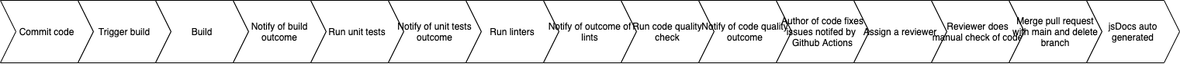
This is admin/cipipeline/phase1.drawio.png from cse110-fa21-group22/cse110-fa21-group22, a draw.io export, as it was before one commit. Source tidied: cells renumbered, new cells last; positions are measured from the earlier drawing's top-left corner, leaving out a move shared by most shapes. Its diagram source:
```xml
<mxGraphModel>
  <root>
    <mxCell id="0" />
    <mxCell id="1" parent="0" />
    <mxCell id="2" value="Commit code" style="shape=step;perimeter=stepPerimeter;whiteSpace=wrap;html=1;fixedSize=1;" parent="1" vertex="1">
      <mxGeometry width="120" height="80" as="geometry" />
    </mxCell>
    <mxCell id="3" value="Trigger build" style="shape=step;perimeter=stepPerimeter;whiteSpace=wrap;html=1;fixedSize=1;" parent="1" vertex="1">
      <mxGeometry x="100" width="120" height="80" as="geometry" />
    </mxCell>
    <mxCell id="4" value="Build" style="shape=step;perimeter=stepPerimeter;whiteSpace=wrap;html=1;fixedSize=1;" parent="1" vertex="1">
      <mxGeometry x="200" width="120" height="80" as="geometry" />
    </mxCell>
    <mxCell id="5" value="Notify of build outcome" style="shape=step;perimeter=stepPerimeter;whiteSpace=wrap;html=1;fixedSize=1;" parent="1" vertex="1">
      <mxGeometry x="300" width="120" height="80" as="geometry" />
    </mxCell>
    <mxCell id="6" value="Run unit tests" style="shape=step;perimeter=stepPerimeter;whiteSpace=wrap;html=1;fixedSize=1;" parent="1" vertex="1">
      <mxGeometry x="400" width="120" height="80" as="geometry" />
    </mxCell>
    <mxCell id="7" value="Notify of unit tests outcome" style="shape=step;perimeter=stepPerimeter;whiteSpace=wrap;html=1;fixedSize=1;" parent="1" vertex="1">
      <mxGeometry x="500" width="120" height="80" as="geometry" />
    </mxCell>
    <mxCell id="8" value="Run linters" style="shape=step;perimeter=stepPerimeter;whiteSpace=wrap;html=1;fixedSize=1;" parent="1" vertex="1">
      <mxGeometry x="600" width="120" height="80" as="geometry" />
    </mxCell>
    <mxCell id="9" value="Notify of outcome of lints" style="shape=step;perimeter=stepPerimeter;whiteSpace=wrap;html=1;fixedSize=1;" parent="1" vertex="1">
      <mxGeometry x="700" width="120" height="80" as="geometry" />
    </mxCell>
    <mxCell id="10" value="Run code quality check" style="shape=step;perimeter=stepPerimeter;whiteSpace=wrap;html=1;fixedSize=1;" parent="1" vertex="1">
      <mxGeometry x="800" width="120" height="80" as="geometry" />
    </mxCell>
    <mxCell id="11" value="Notify of code quality outcome" style="shape=step;perimeter=stepPerimeter;whiteSpace=wrap;html=1;fixedSize=1;" parent="1" vertex="1">
      <mxGeometry x="900" width="120" height="80" as="geometry" />
    </mxCell>
    <mxCell id="12" value="Author of code fixes issues notifed by&amp;nbsp;&lt;br&gt;Github Actions" style="shape=step;perimeter=stepPerimeter;whiteSpace=wrap;html=1;fixedSize=1;" parent="1" vertex="1">
      <mxGeometry x="1000" width="120" height="80" as="geometry" />
    </mxCell>
    <mxCell id="13" value="Assign a reviewer" style="shape=step;perimeter=stepPerimeter;whiteSpace=wrap;html=1;fixedSize=1;" parent="1" vertex="1">
      <mxGeometry x="1100" width="120" height="80" as="geometry" />
    </mxCell>
    <mxCell id="14" value="Reviewer does manual check of code" style="shape=step;perimeter=stepPerimeter;whiteSpace=wrap;html=1;fixedSize=1;" parent="1" vertex="1">
      <mxGeometry x="1200" width="120" height="80" as="geometry" />
    </mxCell>
    <mxCell id="15" value="Merge pull request with main and delete branch" style="shape=step;perimeter=stepPerimeter;whiteSpace=wrap;html=1;fixedSize=1;" parent="1" vertex="1">
      <mxGeometry x="1300" width="120" height="80" as="geometry" />
    </mxCell>
    <mxCell id="16" value="jsDocs auto generated" style="shape=step;perimeter=stepPerimeter;whiteSpace=wrap;html=1;fixedSize=1;" parent="1" vertex="1">
      <mxGeometry x="1400" width="120" height="80" as="geometry" />
    </mxCell>
  </root>
</mxGraphModel>
```
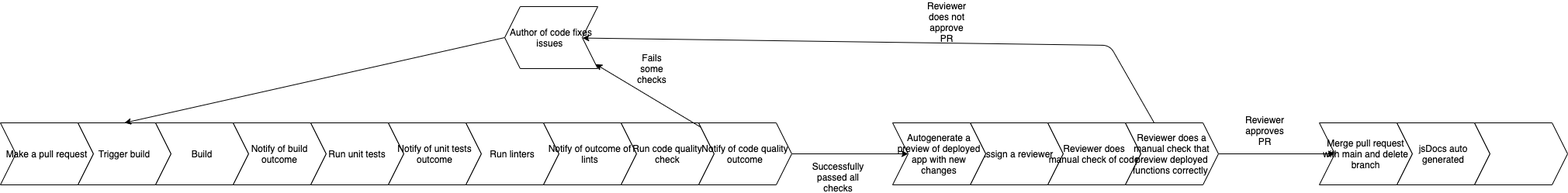
Above is the later version.

What changed in the source:
```diff
@@ -2,7 +2,7 @@
   <root>
     <mxCell id="0" />
     <mxCell id="1" parent="0" />
-    <mxCell id="2" value="Commit code" style="shape=step;perimeter=stepPerimeter;whiteSpace=wrap;html=1;fixedSize=1;" parent="1" vertex="1">
+    <mxCell id="2" value="Make a pull request" style="shape=step;perimeter=stepPerimeter;whiteSpace=wrap;html=1;fixedSize=1;" parent="1" vertex="1">
       <mxGeometry width="120" height="80" as="geometry" />
     </mxCell>
     <mxCell id="3" value="Trigger build" style="shape=step;perimeter=stepPerimeter;whiteSpace=wrap;html=1;fixedSize=1;" parent="1" vertex="1">
@@ -29,23 +29,63 @@
     <mxCell id="10" value="Run code quality check" style="shape=step;perimeter=stepPerimeter;whiteSpace=wrap;html=1;fixedSize=1;" parent="1" vertex="1">
       <mxGeometry x="800" width="120" height="80" as="geometry" />
     </mxCell>
+    <mxCell id="17" style="edgeStyle=none;html=1;" parent="1" edge="1" source="11" target="12">
+      <mxGeometry relative="1" as="geometry" />
+    </mxCell>
+    <mxCell id="18" style="edgeStyle=none;html=1;" parent="1" edge="1" source="11" target="22">
+      <mxGeometry relative="1" as="geometry" />
+    </mxCell>
     <mxCell id="11" value="Notify of code quality outcome" style="shape=step;perimeter=stepPerimeter;whiteSpace=wrap;html=1;fixedSize=1;" parent="1" vertex="1">
       <mxGeometry x="900" width="120" height="80" as="geometry" />
     </mxCell>
+    <mxCell id="19" style="edgeStyle=none;html=1;exitX=1;exitY=0.5;exitDx=0;exitDy=0;entryX=0.5;entryY=0;entryDx=0;entryDy=0;" parent="1" edge="1" source="12" target="3">
+      <mxGeometry relative="1" as="geometry" />
+    </mxCell>
-    <mxCell id="12" value="Author of code fixes issues notifed by&amp;nbsp;&lt;br&gt;Github Actions" style="shape=step;perimeter=stepPerimeter;whiteSpace=wrap;html=1;fixedSize=1;" parent="1" vertex="1">
-      <mxGeometry x="1000" width="120" height="80" as="geometry" />
+    <mxCell id="12" value="Author of code fixes issues&amp;nbsp;" style="shape=step;perimeter=stepPerimeter;whiteSpace=wrap;html=1;fixedSize=1;direction=west;" parent="1" vertex="1">
+      <mxGeometry x="650" y="-150" width="120" height="80" as="geometry" />
     </mxCell>
     <mxCell id="13" value="Assign a reviewer" style="shape=step;perimeter=stepPerimeter;whiteSpace=wrap;html=1;fixedSize=1;" parent="1" vertex="1">
-      <mxGeometry x="1100" width="120" height="80" as="geometry" />
+      <mxGeometry x="1250" width="120" height="80" as="geometry" />
     </mxCell>
     <mxCell id="14" value="Reviewer does manual check of code" style="shape=step;perimeter=stepPerimeter;whiteSpace=wrap;html=1;fixedSize=1;" parent="1" vertex="1">
-      <mxGeometry x="1200" width="120" height="80" as="geometry" />
+      <mxGeometry x="1350" width="120" height="80" as="geometry" />
     </mxCell>
     <mxCell id="15" value="Merge pull request with main and delete branch" style="shape=step;perimeter=stepPerimeter;whiteSpace=wrap;html=1;fixedSize=1;" parent="1" vertex="1">
-      <mxGeometry x="1300" width="120" height="80" as="geometry" />
+      <mxGeometry x="1700" width="120" height="80" as="geometry" />
     </mxCell>
     <mxCell id="16" value="jsDocs auto generated" style="shape=step;perimeter=stepPerimeter;whiteSpace=wrap;html=1;fixedSize=1;" parent="1" vertex="1">
-      <mxGeometry x="1400" width="120" height="80" as="geometry" />
+      <mxGeometry x="1800" width="120" height="80" as="geometry" />
     </mxCell>
+    <mxCell id="20" value="Successfully passed all checks" style="text;html=1;strokeColor=none;fillColor=none;align=center;verticalAlign=middle;whiteSpace=wrap;rounded=0;" parent="1" vertex="1">
+      <mxGeometry x="1060" y="60" width="40" height="20" as="geometry" />
+    </mxCell>
+    <mxCell id="21" value="Fails some checks" style="text;html=1;strokeColor=none;fillColor=none;align=center;verticalAlign=middle;whiteSpace=wrap;rounded=0;" parent="1" vertex="1">
+      <mxGeometry x="820" y="-80" width="40" height="20" as="geometry" />
+    </mxCell>
+    <mxCell id="22" value="Autogenerate a preview of deployed app with new changes" style="shape=step;perimeter=stepPerimeter;whiteSpace=wrap;html=1;fixedSize=1;" parent="1" vertex="1">
+      <mxGeometry x="1150" width="120" height="80" as="geometry" />
+    </mxCell>
+    <mxCell id="23" style="edgeStyle=none;html=1;" parent="1" edge="1" source="25" target="15">
+      <mxGeometry relative="1" as="geometry" />
+    </mxCell>
+    <mxCell id="24" style="edgeStyle=none;html=1;" parent="1" edge="1" source="25" target="12">
+      <mxGeometry relative="1" as="geometry">
+        <Array as="points">
+          <mxPoint x="1430" y="-100" />
+        </Array>
+      </mxGeometry>
+    </mxCell>
+    <mxCell id="25" value="Reviewer does a manual check that preview deployed functions correctly&amp;nbsp;" style="shape=step;perimeter=stepPerimeter;whiteSpace=wrap;html=1;fixedSize=1;" parent="1" vertex="1">
+      <mxGeometry x="1450" width="120" height="80" as="geometry" />
+    </mxCell>
+    <mxCell id="26" value="Reviewer approves PR" style="text;html=1;strokeColor=none;fillColor=none;align=center;verticalAlign=middle;whiteSpace=wrap;rounded=0;" parent="1" vertex="1">
+      <mxGeometry x="1610" width="40" height="20" as="geometry" />
+    </mxCell>
+    <mxCell id="27" value="Reviewer does not approve PR" style="text;html=1;strokeColor=none;fillColor=none;align=center;verticalAlign=middle;whiteSpace=wrap;rounded=0;" parent="1" vertex="1">
+      <mxGeometry x="1200" y="-140" width="40" height="20" as="geometry" />
+    </mxCell>
+    <mxCell id="28" style="shape=step;perimeter=stepPerimeter;whiteSpace=wrap;html=1;fixedSize=1;" parent="1" vertex="1">
+      <mxGeometry x="1900" width="120" height="80" as="geometry" />
+    </mxCell>
   </root>
 </mxGraphModel>
```
